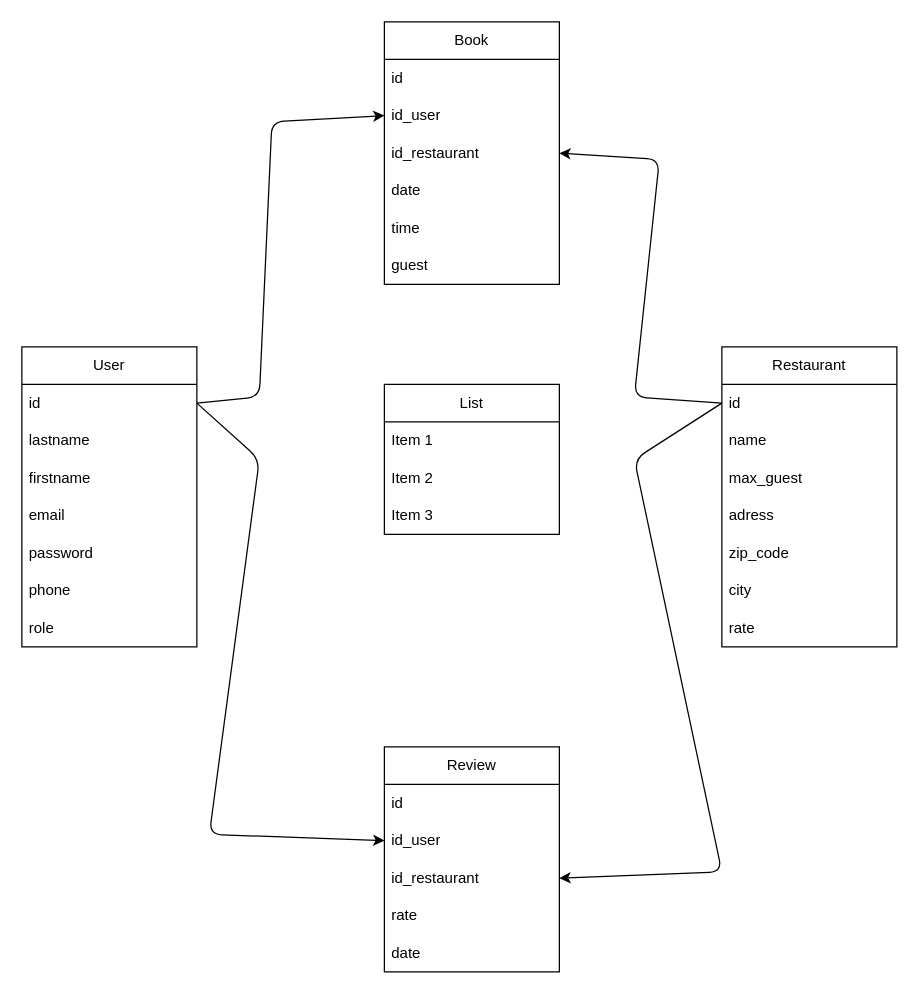
Earlier version of the draw.io diagram page "MLD" (2 of 3) of mcd-mld.drawio (thomas-spinec/silver-micro). Source tidied: cells renumbered, new cells numbered last; positions are measured from the earlier drawing's top-left corner, leaving out a move shared by most shapes. Both pictures are drawn from the tidied source at 125%, with x=0, y=0 at pixel (21, 21).
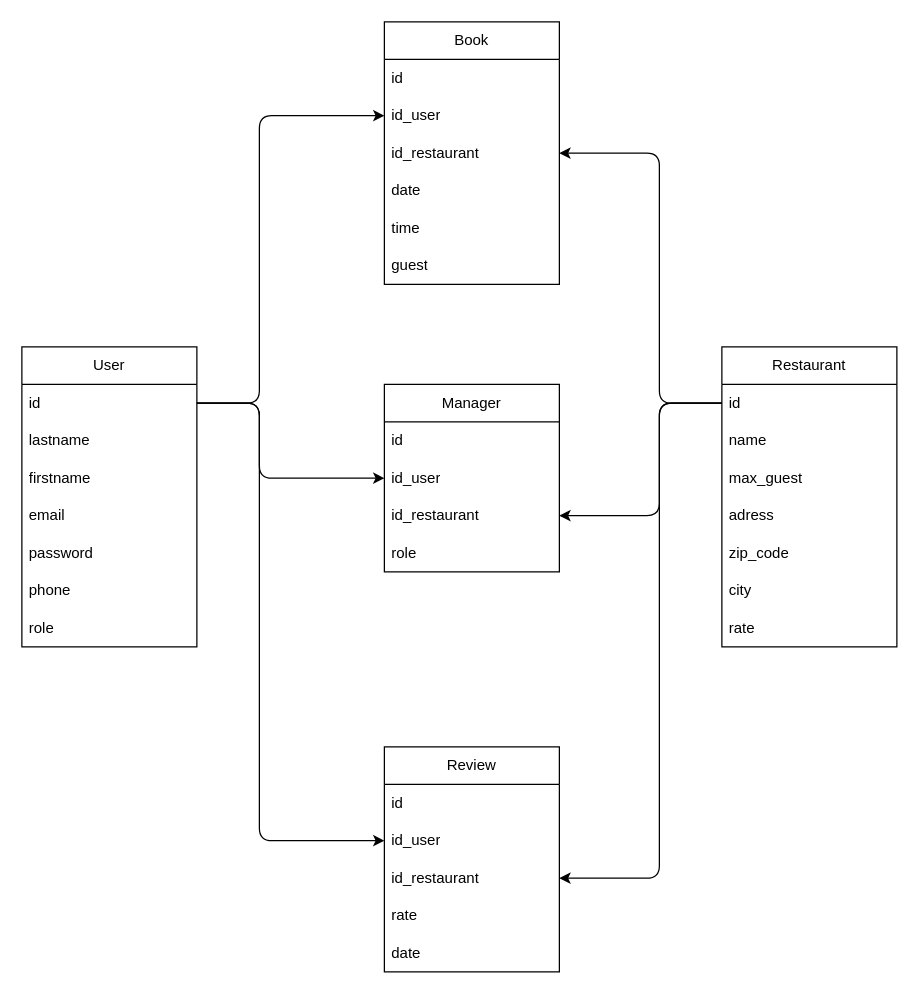
The same page after the edit.

Commit message (it also covers changes not shown here):
MCD update with manager table

Unchanged cells that the change refers to:
```xml
<mxCell id="4" value="id_user" style="text;strokeColor=none;fillColor=none;align=left;verticalAlign=middle;spacingLeft=4;spacingRight=4;overflow=hidden;points=[[0,0.5],[1,0.5]];portConstraint=eastwest;whiteSpace=wrap;html=1;" parent="2" vertex="1">
  <mxGeometry y="60" width="140" height="30" as="geometry" />
</mxCell>
<mxCell id="5" value="id_restaurant" style="text;strokeColor=none;fillColor=none;align=left;verticalAlign=middle;spacingLeft=4;spacingRight=4;overflow=hidden;points=[[0,0.5],[1,0.5]];portConstraint=eastwest;whiteSpace=wrap;html=1;" parent="2" vertex="1">
  <mxGeometry y="90" width="140" height="30" as="geometry" />
</mxCell>
<mxCell id="11" value="id_user" style="text;strokeColor=none;fillColor=none;align=left;verticalAlign=middle;spacingLeft=4;spacingRight=4;overflow=hidden;points=[[0,0.5],[1,0.5]];portConstraint=eastwest;whiteSpace=wrap;html=1;" parent="9" vertex="1">
  <mxGeometry y="60" width="140" height="30" as="geometry" />
</mxCell>
<mxCell id="12" value="id_restaurant" style="text;strokeColor=none;fillColor=none;align=left;verticalAlign=middle;spacingLeft=4;spacingRight=4;overflow=hidden;points=[[0,0.5],[1,0.5]];portConstraint=eastwest;whiteSpace=wrap;html=1;" parent="9" vertex="1">
  <mxGeometry y="90" width="140" height="30" as="geometry" />
</mxCell>
<mxCell id="16" value="id" style="text;strokeColor=none;fillColor=none;align=left;verticalAlign=middle;spacingLeft=4;spacingRight=4;overflow=hidden;points=[[0,0.5],[1,0.5]];portConstraint=eastwest;whiteSpace=wrap;html=1;" parent="15" vertex="1">
  <mxGeometry y="30" width="140" height="30" as="geometry" />
</mxCell>
<mxCell id="24" value="id" style="text;strokeColor=none;fillColor=none;align=left;verticalAlign=middle;spacingLeft=4;spacingRight=4;overflow=hidden;points=[[0,0.5],[1,0.5]];portConstraint=eastwest;whiteSpace=wrap;html=1;" parent="23" vertex="1">
  <mxGeometry y="30" width="140" height="30" as="geometry" />
</mxCell>
```

What changed in the source:
```diff
@@
     <mxCell id="31" style="edgeStyle=none;html=1;exitX=1;exitY=0.5;exitDx=0;exitDy=0;entryX=0;entryY=0.5;entryDx=0;entryDy=0;" parent="1" edge="1" source="16" target="4">
       <mxGeometry relative="1" as="geometry">
         <Array as="points">
-          <mxPoint x="190" y="300" />
-          <mxPoint x="200" y="80" />
+          <mxPoint x="190" y="305" />
+          <mxPoint x="190" y="75" />
         </Array>
       </mxGeometry>
     </mxCell>
     <mxCell id="32" style="edgeStyle=none;html=1;exitX=0;exitY=0.5;exitDx=0;exitDy=0;entryX=1;entryY=0.5;entryDx=0;entryDy=0;" parent="1" edge="1" source="24" target="5">
       <mxGeometry relative="1" as="geometry">
         <Array as="points">
-          <mxPoint x="490" y="300" />
-          <mxPoint x="510" y="110" />
+          <mxPoint x="510" y="305" />
+          <mxPoint x="510" y="105" />
         </Array>
       </mxGeometry>
     </mxCell>
     <mxCell id="33" style="edgeStyle=none;html=1;exitX=1;exitY=0.5;exitDx=0;exitDy=0;entryX=0;entryY=0.5;entryDx=0;entryDy=0;" parent="1" edge="1" source="16" target="11">
       <mxGeometry relative="1" as="geometry">
         <Array as="points">
-          <mxPoint x="190" y="350" />
-          <mxPoint x="150" y="650" />
+          <mxPoint x="190" y="305" />
+          <mxPoint x="190" y="655" />
         </Array>
       </mxGeometry>
     </mxCell>
     <mxCell id="34" style="edgeStyle=none;html=1;exitX=0;exitY=0.5;exitDx=0;exitDy=0;entryX=1;entryY=0.5;entryDx=0;entryDy=0;" parent="1" edge="1" source="24" target="12">
       <mxGeometry relative="1" as="geometry">
         <Array as="points">
-          <mxPoint x="490" y="350" />
-          <mxPoint x="560" y="680" />
+          <mxPoint x="510" y="305" />
+          <mxPoint x="510" y="685" />
         </Array>
       </mxGeometry>
     </mxCell>
-    <mxCell id="35" value="List" style="swimlane;fontStyle=0;horizontal=1;startSize=30;whiteSpace=wrap;html=1;" parent="1" vertex="1">
-      <mxGeometry x="290" y="290" width="140" height="120" as="geometry" />
+    <mxCell id="35" value="Manager" style="swimlane;fontStyle=0;horizontal=1;startSize=30;whiteSpace=wrap;html=1;" parent="1" vertex="1">
+      <mxGeometry x="290" y="290" width="140" height="150" as="geometry" />
     </mxCell>
-    <mxCell id="36" value="Item 1" style="text;strokeColor=none;fillColor=none;align=left;verticalAlign=middle;spacingLeft=4;spacingRight=4;overflow=hidden;whiteSpace=wrap;html=1;" parent="35" vertex="1">
+    <mxCell id="36" value="id" style="text;strokeColor=none;fillColor=none;align=left;verticalAlign=middle;spacingLeft=4;spacingRight=4;overflow=hidden;whiteSpace=wrap;html=1;" parent="35" vertex="1">
       <mxGeometry y="30" width="140" height="30" as="geometry" />
     </mxCell>
-    <mxCell id="37" value="Item 2" style="text;strokeColor=none;fillColor=none;align=left;verticalAlign=middle;spacingLeft=4;spacingRight=4;overflow=hidden;points=[[0,0.5],[1,0.5]];portConstraint=eastwest;whiteSpace=wrap;html=1;" parent="35" vertex="1">
+    <mxCell id="37" value="id_user" style="text;strokeColor=none;fillColor=none;align=left;verticalAlign=middle;spacingLeft=4;spacingRight=4;overflow=hidden;points=[[0,0.5],[1,0.5]];portConstraint=eastwest;whiteSpace=wrap;html=1;" parent="35" vertex="1">
       <mxGeometry y="60" width="140" height="30" as="geometry" />
     </mxCell>
-    <mxCell id="38" value="Item 3" style="text;strokeColor=none;fillColor=none;align=left;verticalAlign=middle;spacingLeft=4;spacingRight=4;overflow=hidden;points=[[0,0.5],[1,0.5]];portConstraint=eastwest;whiteSpace=wrap;html=1;" parent="35" vertex="1">
+    <mxCell id="38" value="id_restaurant" style="text;strokeColor=none;fillColor=none;align=left;verticalAlign=middle;spacingLeft=4;spacingRight=4;overflow=hidden;points=[[0,0.5],[1,0.5]];portConstraint=eastwest;whiteSpace=wrap;html=1;" parent="35" vertex="1">
       <mxGeometry y="90" width="140" height="30" as="geometry" />
     </mxCell>
+    <mxCell id="39" value="role" style="text;strokeColor=none;fillColor=none;align=left;verticalAlign=middle;spacingLeft=4;spacingRight=4;overflow=hidden;whiteSpace=wrap;html=1;" parent="35" vertex="1">
+      <mxGeometry y="120" width="140" height="30" as="geometry" />
+    </mxCell>
+    <mxCell id="40" style="edgeStyle=none;html=1;exitX=1;exitY=0.5;exitDx=0;exitDy=0;entryX=0;entryY=0.5;entryDx=0;entryDy=0;" parent="1" edge="1" source="16" target="37">
+      <mxGeometry relative="1" as="geometry">
+        <Array as="points">
+          <mxPoint x="190" y="305" />
+          <mxPoint x="190" y="365" />
+        </Array>
+      </mxGeometry>
+    </mxCell>
+    <mxCell id="41" style="edgeStyle=none;html=1;exitX=0;exitY=0.5;exitDx=0;exitDy=0;entryX=1;entryY=0.5;entryDx=0;entryDy=0;" parent="1" edge="1" source="24" target="38">
+      <mxGeometry relative="1" as="geometry">
+        <Array as="points">
+          <mxPoint x="510" y="305" />
+          <mxPoint x="510" y="395" />
+        </Array>
+      </mxGeometry>
+    </mxCell>
```
